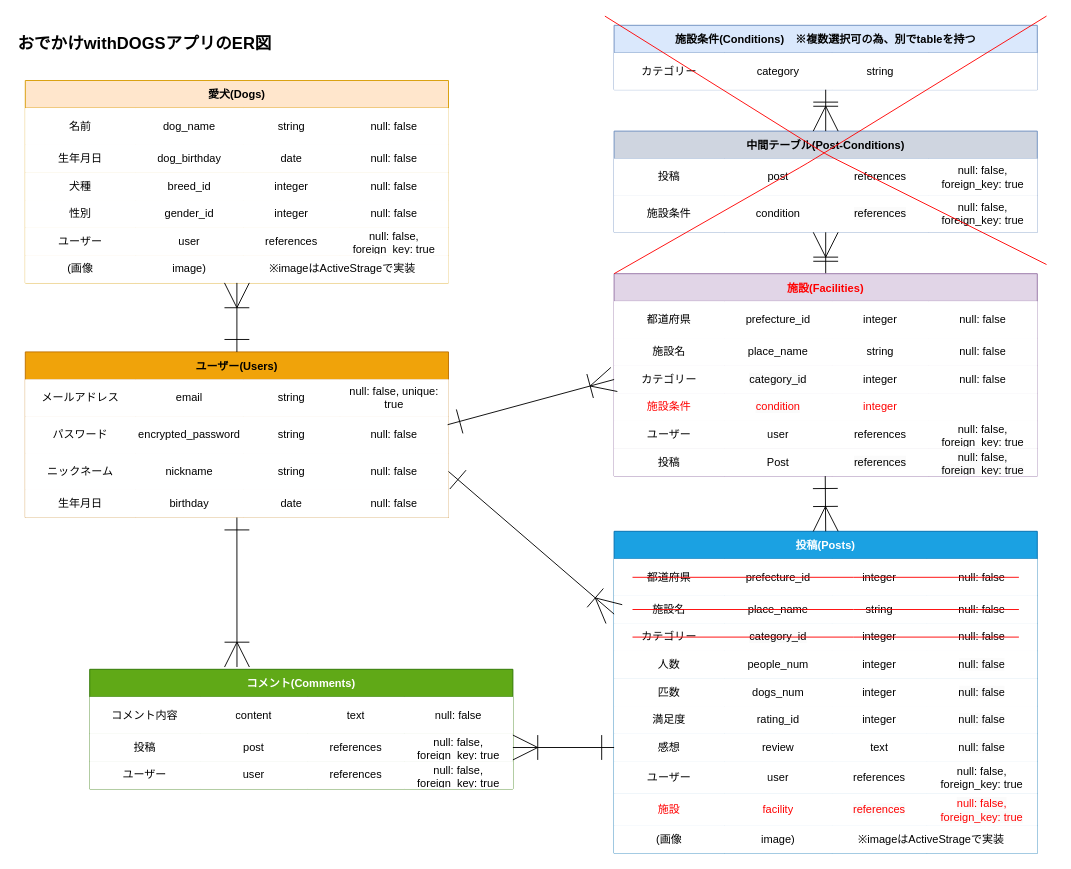
Earlier version of the draw.io diagram OwD_ER.dio (ChisatoMatoba/odekake-with-dogs). Source tidied: cells renumbered, new cells numbered last; positions are measured from the earlier drawing's top-left corner, leaving out a move shared by most shapes. Both pictures are drawn from the tidied source at 92%, with x=0, y=0 at pixel (16, 16).
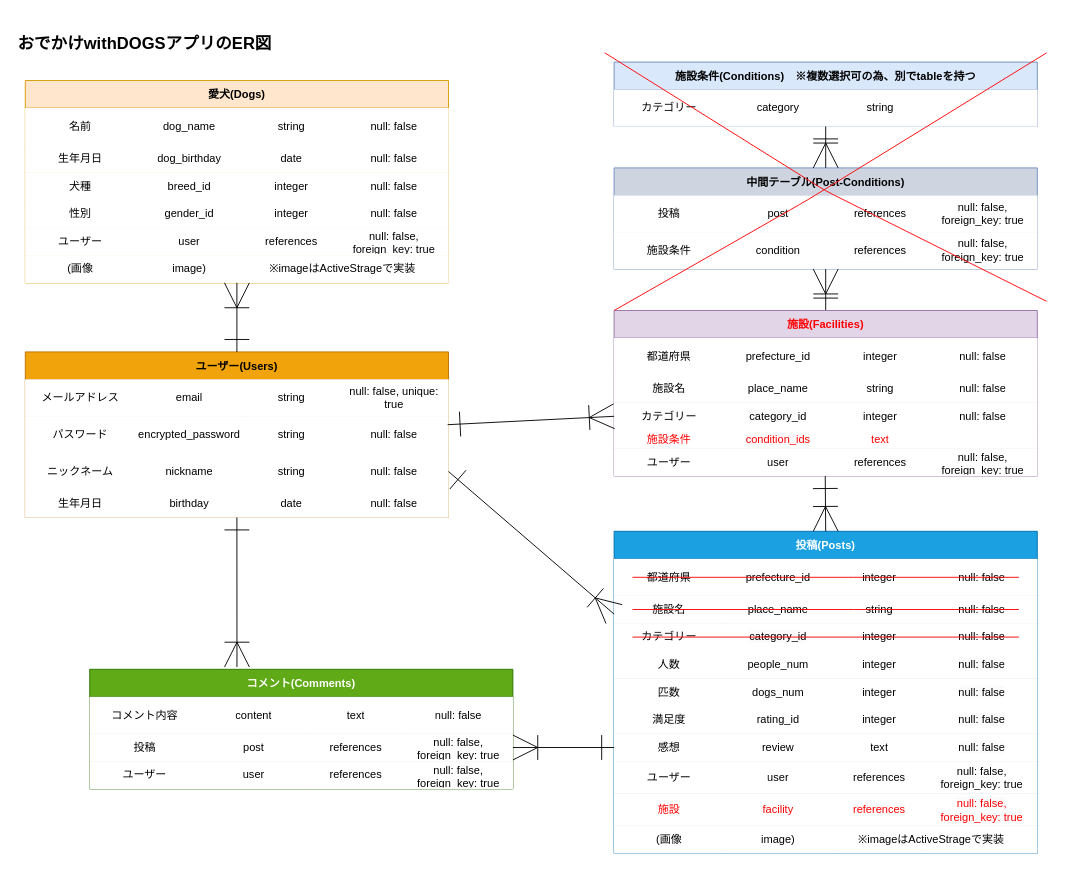
The same diagram, later.

Commit message (it also covers changes not shown here):
ER図に施設テーブル追加_軽微修正

Change to the diagram source:
```diff
@@
     <mxCell id="127" value="施設条件(Conditions)　※複数選択可の為、別でtableを持つ" style="shape=table;startSize=30;childLayout=tableLayout;fontStyle=1;align=center;fillColor=#dae8fc;strokeColor=#6c8ebf;" parent="1" vertex="1">
-      <mxGeometry x="650" y="10" width="460" height="70" as="geometry" />
+      <mxGeometry x="650" y="50" width="460" height="70" as="geometry" />
     </mxCell>
@@
     <mxCell id="133" value="中間テーブル(Post-Conditions)" style="shape=table;startSize=30;childLayout=tableLayout;fontStyle=1;align=center;fillColor=#CFD5E0;strokeColor=#6c8ebf;" parent="1" vertex="1">
-      <mxGeometry x="650" y="125" width="460" height="110" as="geometry" />
+      <mxGeometry x="650" y="165" width="460" height="110" as="geometry" />
     </mxCell>
@@
     <mxCell id="147" value="施設(Facilities)" style="shape=table;startSize=30;childLayout=tableLayout;fontStyle=1;align=center;fillColor=#e1d5e7;strokeColor=#9673a6;fontColor=#FF0000;" parent="1" vertex="1">
-      <mxGeometry x="650" y="280" width="460" height="220" as="geometry" />
+      <mxGeometry x="650" y="320" width="460" height="180" as="geometry" />
     </mxCell>
@@
     <mxCell id="163" style="shape=tableRow;horizontal=0;startSize=0;swimlaneHead=0;swimlaneBody=0;top=0;left=0;bottom=0;right=0;fillColor=#FFFFFF;strokeColor=#000000;" parent="147" vertex="1">
-      <mxGeometry y="130" width="460" height="30" as="geometry" />
+      <mxGeometry y="130" width="460" height="20" as="geometry" />
     </mxCell>
     <mxCell id="164" value="施設条件" style="shape=partialRectangle;html=1;whiteSpace=wrap;fillColor=#FFFFFF;top=0;left=0;bottom=0;right=0;overflow=hidden;strokeColor=#000000;fontColor=#FF0000;" parent="163" vertex="1">
-      <mxGeometry width="120" height="30" as="geometry" />
+      <mxGeometry width="120" height="20" as="geometry" />
     </mxCell>
-    <mxCell id="165" value="&lt;span style=&quot;font-family: Helvetica; font-size: 12px; font-style: normal; font-variant-ligatures: normal; font-variant-caps: normal; font-weight: 400; letter-spacing: normal; orphans: 2; text-align: center; text-indent: 0px; text-transform: none; widows: 2; word-spacing: 0px; -webkit-text-stroke-width: 0px; background-color: rgb(251, 251, 251); text-decoration-thickness: initial; text-decoration-style: initial; text-decoration-color: initial; float: none; display: inline !important;&quot;&gt;condition&lt;/span&gt;" style="shape=partialRectangle;html=1;whiteSpace=wrap;fillColor=#FFFFFF;top=0;left=0;bottom=0;right=0;overflow=hidden;strokeColor=#000000;fontColor=#FF0000;" parent="163" vertex="1">
-      <mxGeometry x="120" width="117" height="30" as="geometry" />
+    <mxCell id="165" value="&lt;span style=&quot;font-family: Helvetica; font-size: 12px; font-style: normal; font-variant-ligatures: normal; font-variant-caps: normal; font-weight: 400; letter-spacing: normal; orphans: 2; text-align: center; text-indent: 0px; text-transform: none; widows: 2; word-spacing: 0px; -webkit-text-stroke-width: 0px; background-color: rgb(251, 251, 251); text-decoration-thickness: initial; text-decoration-style: initial; text-decoration-color: initial; float: none; display: inline !important;&quot;&gt;condition_ids&lt;/span&gt;" style="shape=partialRectangle;html=1;whiteSpace=wrap;fillColor=#FFFFFF;top=0;left=0;bottom=0;right=0;overflow=hidden;strokeColor=#000000;fontColor=#FF0000;" parent="163" vertex="1">
+      <mxGeometry x="120" width="117" height="20" as="geometry" />
     </mxCell>
-    <mxCell id="166" value="integer" style="shape=partialRectangle;html=1;whiteSpace=wrap;fillColor=#FFFFFF;top=0;left=0;bottom=0;right=0;overflow=hidden;strokeColor=#000000;fontColor=#FF0000;" parent="163" vertex="1">
-      <mxGeometry x="237" width="105" height="30" as="geometry" />
+    <mxCell id="166" value="text" style="shape=partialRectangle;html=1;whiteSpace=wrap;fillColor=#FFFFFF;top=0;left=0;bottom=0;right=0;overflow=hidden;strokeColor=#000000;fontColor=#FF0000;" parent="163" vertex="1">
+      <mxGeometry x="237" width="105" height="20" as="geometry" />
     </mxCell>
     <mxCell id="167" style="shape=partialRectangle;html=1;whiteSpace=wrap;fillColor=#FFFFFF;top=0;left=0;bottom=0;right=0;overflow=hidden;strokeColor=#000000;" parent="163" vertex="1">
-      <mxGeometry x="342" width="118" height="30" as="geometry" />
+      <mxGeometry x="342" width="118" height="20" as="geometry" />
     </mxCell>
     <mxCell id="168" style="shape=tableRow;horizontal=0;startSize=0;swimlaneHead=0;swimlaneBody=0;top=0;left=0;bottom=0;right=0;fillColor=#FFFFFF;strokeColor=#000000;" parent="147" vertex="1">
-      <mxGeometry y="160" width="460" height="30" as="geometry" />
+      <mxGeometry y="150" width="460" height="30" as="geometry" />
     </mxCell>
@@
-    <mxCell id="173" style="shape=tableRow;horizontal=0;startSize=0;swimlaneHead=0;swimlaneBody=0;top=0;left=0;bottom=0;right=0;fillColor=#FFFFFF;strokeColor=#000000;" parent="147" vertex="1">
-      <mxGeometry y="190" width="460" height="30" as="geometry" />
-    </mxCell>
-    <mxCell id="174" value="投稿" style="shape=partialRectangle;html=1;whiteSpace=wrap;fillColor=#FFFFFF;top=0;left=0;bottom=0;right=0;overflow=hidden;strokeColor=#000000;" parent="173" vertex="1">
-      <mxGeometry width="120" height="30" as="geometry" />
-    </mxCell>
-    <mxCell id="175" value="Post" style="shape=partialRectangle;html=1;whiteSpace=wrap;fillColor=#FFFFFF;top=0;left=0;bottom=0;right=0;overflow=hidden;strokeColor=#000000;" parent="173" vertex="1">
-      <mxGeometry x="120" width="117" height="30" as="geometry" />
-    </mxCell>
-    <mxCell id="176" value="&lt;span style=&quot;color: rgb(0, 0, 0); font-family: Helvetica; font-size: 12px; font-style: normal; font-variant-ligatures: normal; font-variant-caps: normal; font-weight: 400; letter-spacing: normal; orphans: 2; text-align: center; text-indent: 0px; text-transform: none; widows: 2; word-spacing: 0px; -webkit-text-stroke-width: 0px; background-color: rgb(251, 251, 251); text-decoration-thickness: initial; text-decoration-style: initial; text-decoration-color: initial; float: none; display: inline !important;&quot;&gt;references&lt;/span&gt;" style="shape=partialRectangle;html=1;whiteSpace=wrap;fillColor=#FFFFFF;top=0;left=0;bottom=0;right=0;overflow=hidden;strokeColor=#000000;" parent="173" vertex="1">
-      <mxGeometry x="237" width="105" height="30" as="geometry" />
-    </mxCell>
-    <mxCell id="177" value="&lt;span style=&quot;color: rgb(0, 0, 0); font-family: Helvetica; font-size: 12px; font-style: normal; font-variant-ligatures: normal; font-variant-caps: normal; font-weight: 400; letter-spacing: normal; orphans: 2; text-align: center; text-indent: 0px; text-transform: none; widows: 2; word-spacing: 0px; -webkit-text-stroke-width: 0px; background-color: rgb(251, 251, 251); text-decoration-thickness: initial; text-decoration-style: initial; text-decoration-color: initial; float: none; display: inline !important;&quot;&gt;null: false, foreign_key: true&lt;/span&gt;" style="shape=partialRectangle;html=1;whiteSpace=wrap;fillColor=#FFFFFF;top=0;left=0;bottom=0;right=0;overflow=hidden;strokeColor=#000000;" parent="173" vertex="1">
-      <mxGeometry x="342" width="118" height="30" as="geometry" />
-    </mxCell>
@@
     <mxCell id="182" style="endArrow=none;html=1;fontColor=#FF0000;strokeColor=#FF0000;" parent="1" edge="1">
       <mxGeometry relative="1" as="geometry">
-        <mxPoint x="650" y="280" as="sourcePoint" />
-        <mxPoint x="1120" as="targetPoint" />
+        <mxPoint x="650" y="320" as="sourcePoint" />
+        <mxPoint x="1120" y="40" as="targetPoint" />
         <Array as="points">
-          <mxPoint x="860" y="160" />
+          <mxPoint x="860" y="200" />
         </Array>
       </mxGeometry>
     </mxCell>
     <mxCell id="183" style="endArrow=none;html=1;fontColor=#FF0000;strokeColor=#FF0000;" parent="1" edge="1">
       <mxGeometry relative="1" as="geometry">
-        <mxPoint x="640" as="sourcePoint" />
-        <mxPoint x="1120" y="270" as="targetPoint" />
+        <mxPoint x="640" y="40" as="sourcePoint" />
+        <mxPoint x="1120" y="310" as="targetPoint" />
         <Array as="points">
-          <mxPoint x="880" y="150" />
+          <mxPoint x="880" y="190" />
         </Array>
       </mxGeometry>
     </mxCell>
```
